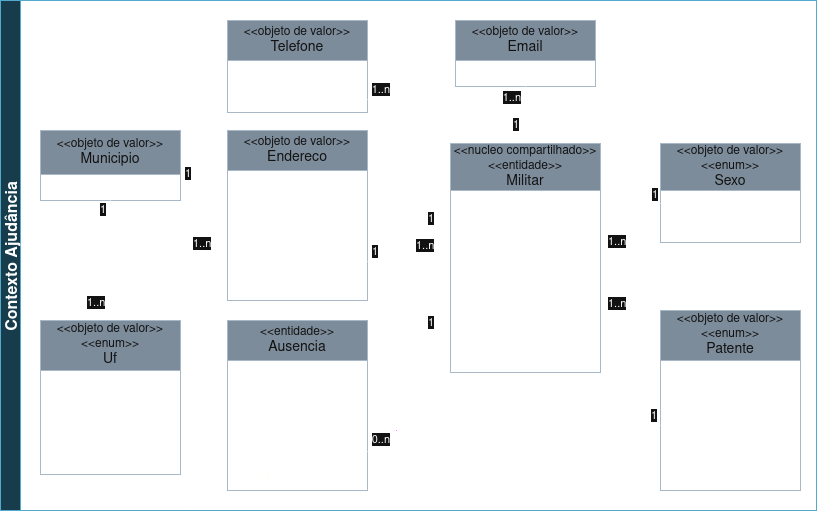
Above: docs/diagramas/img/DiagramaUMLAjudancia.png in joaoAaf/escalante-ddd (draw.io), before the change. Source tidied: cells renumbered, new cells last; positions are measured from the earlier drawing's top-left corner, leaving out a move shared by most shapes.
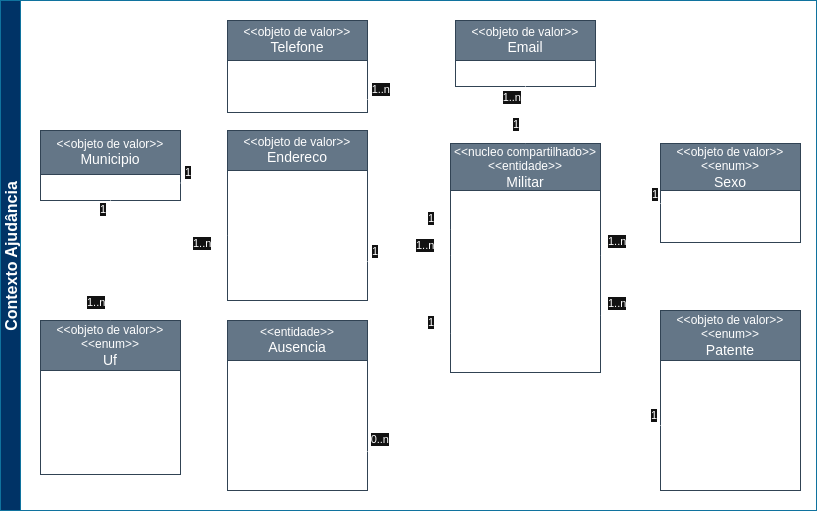
Above is the later version.

Change to the diagram source:
```diff
@@ -229,7 +229,7 @@
         <mxPoint x="-2" y="-22" as="offset" />
       </mxGeometry>
     </mxCell>
-    <mxCell id="67" value="Contexto Ajudância" style="swimlane;startSize=20;horizontal=0;horizontalTree=1;sortEdges=1;containerType=tree;fontSize=16;fillColor=#b1ddf0;strokeColor=#10739e;" parent="1" vertex="1">
+    <mxCell id="67" value="Contexto Ajudância" style="swimlane;startSize=20;horizontal=0;horizontalTree=1;sortEdges=1;containerType=tree;fontSize=16;fillColor=#003366;strokeColor=#10739e;" parent="1" vertex="1">
       <mxGeometry width="816" height="510" as="geometry" />
     </mxCell>
     <mxCell id="68" style="endArrow=none;dashed=1;html=1;dashPattern=1 3;strokeWidth=2;rounded=0;exitX=0;exitY=1;exitDx=0;exitDy=0;entryX=0;entryY=0;entryDx=0;entryDy=0;" parent="1" edge="1">
```
